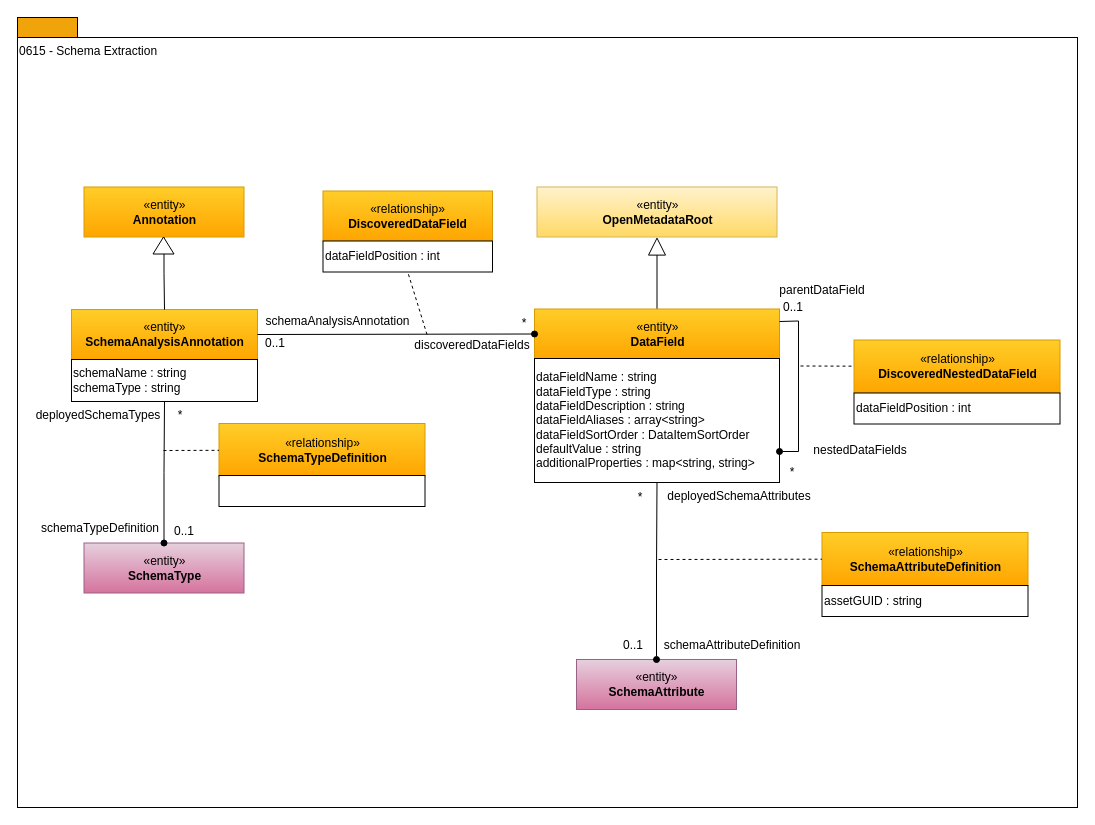
Earlier version of the draw.io diagram page "0615-Schema-Extraction" (6 of 16) of site/docs/types/6/area-6-discovery.drawio (odpi/egeria-docs). Source tidied: cells renumbered, new cells numbered last; positions are measured from the earlier drawing's top-left corner, leaving out a move shared by most shapes. Both pictures are drawn from the tidied source at 100%, with x=0, y=0 at pixel (17, 17).
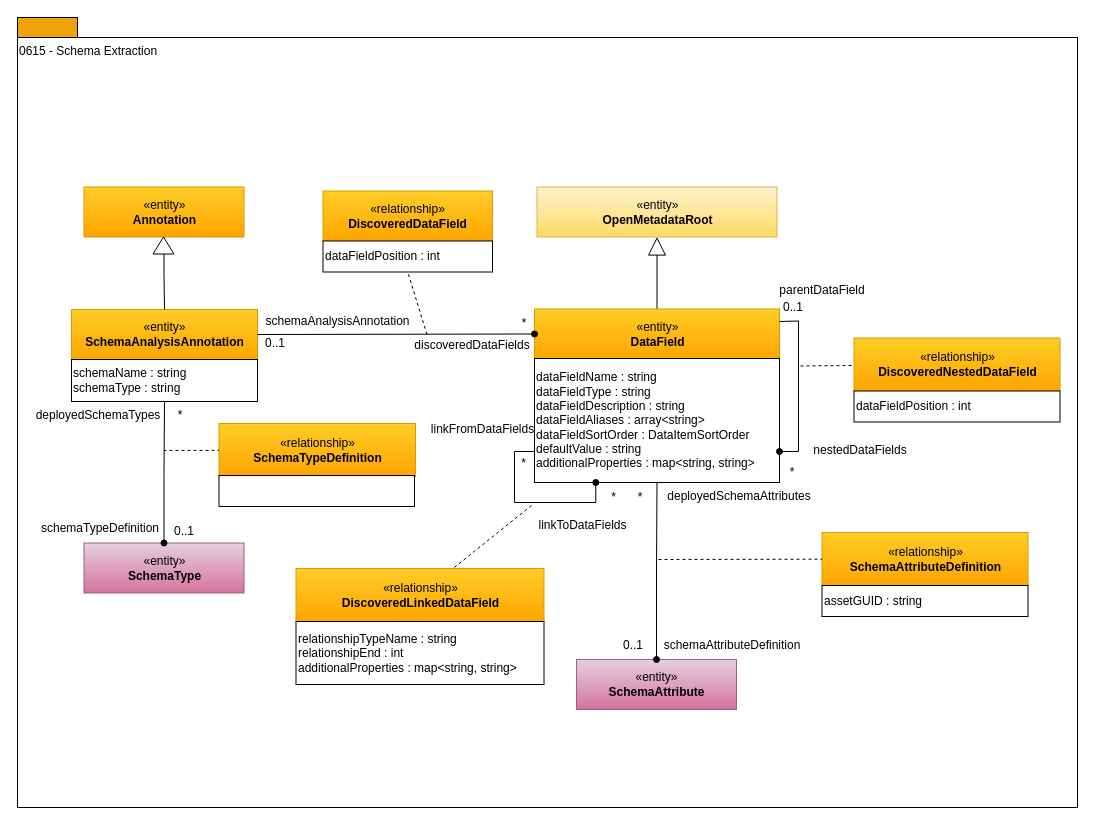
After the change.

Commit message (it also covers changes not shown here):
Add DiscoveredLinkedDataField relationship

The change refers to these unchanged cells:
```xml
<mxCell id="26" value="dataFieldName : string&lt;br&gt;dataFieldType : string&lt;br&gt;dataFieldDescription : string&lt;br&gt;dataFieldAliases : array&amp;lt;string&amp;gt;&lt;br&gt;dataFieldSortOrder : DataItemSortOrder&lt;br&gt;defaultValue : string&lt;br&gt;additionalProperties : map&amp;lt;string, string&amp;gt;" style="rounded=0;whiteSpace=wrap;html=1;strokeColor=#000000;gradientColor=#ffffff;align=left;" parent="1" vertex="1">
  <mxGeometry x="517" y="341" width="245" height="124" as="geometry" />
</mxCell>
```

The edit, as a diff of the source:
```diff
@@
     <mxCell id="15" value="«relationship»&lt;br&gt;&lt;b&gt;DiscoveredNestedDataField&lt;/b&gt;" style="html=1;strokeColor=#d79b00;align=center;fillColor=#ffcd28;gradientColor=#ffa500;" parent="1" vertex="1">
-      <mxGeometry x="836.5" y="322.5" width="206" height="53" as="geometry" />
+      <mxGeometry x="836.5" y="320.5" width="206" height="53" as="geometry" />
     </mxCell>
@@
     <mxCell id="22" value="&lt;div style=&quot;text-align: left&quot;&gt;&lt;span&gt;dataFieldPosition : int&lt;/span&gt;&lt;/div&gt;" style="rounded=0;whiteSpace=wrap;html=1;strokeColor=#000000;gradientColor=#ffffff;align=left;" parent="1" vertex="1">
-      <mxGeometry x="836.5" y="375.5" width="206" height="31" as="geometry" />
+      <mxGeometry x="836.5" y="373.5" width="206" height="31" as="geometry" />
     </mxCell>
@@
     <mxCell id="39" value="«relationship»&lt;br&gt;&lt;b&gt;SchemaTypeDefinition&lt;/b&gt;" style="html=1;strokeColor=#d79b00;align=center;fillColor=#ffcd28;gradientColor=#ffa500;" parent="1" vertex="1">
-      <mxGeometry x="201.5" y="406" width="206" height="53" as="geometry" />
+      <mxGeometry x="201.5" y="406" width="196.5" height="53" as="geometry" />
     </mxCell>
@@
     <mxCell id="41" style="rounded=0;whiteSpace=wrap;html=1;strokeColor=#000000;gradientColor=#ffffff;align=left;" parent="1" vertex="1">
-      <mxGeometry x="201.5" y="458" width="206" height="31" as="geometry" />
+      <mxGeometry x="201.5" y="458" width="195.5" height="31" as="geometry" />
     </mxCell>
@@
+    <mxCell id="47" style="edgeStyle=orthogonalEdgeStyle;rounded=0;orthogonalLoop=1;jettySize=auto;html=1;exitX=0;exitY=0.75;exitDx=0;exitDy=0;entryX=0.25;entryY=1;entryDx=0;entryDy=0;endArrow=oval;endFill=1;" parent="1" edge="1" source="26" target="26">
+      <mxGeometry relative="1" as="geometry" />
+    </mxCell>
+    <mxCell id="48" value="«relationship»&lt;br&gt;&lt;b&gt;DiscoveredLinkedDataField&lt;/b&gt;" style="html=1;strokeColor=#d79b00;align=center;fillColor=#ffcd28;gradientColor=#ffa500;" parent="1" vertex="1">
+      <mxGeometry x="278.5" y="551" width="248" height="53" as="geometry" />
+    </mxCell>
+    <mxCell id="49" style="endArrow=none;dashed=1;html=1;" parent="1" edge="1" target="48">
+      <mxGeometry relative="1" as="geometry">
+        <mxPoint x="514" y="488" as="sourcePoint" />
+      </mxGeometry>
+    </mxCell>
+    <mxCell id="50" value="relationshipTypeName : string&lt;br&gt;relationshipEnd : int&lt;br&gt;additionalProperties : map&amp;lt;string, string&amp;gt;" style="rounded=0;whiteSpace=wrap;html=1;strokeColor=#000000;gradientColor=#ffffff;align=left;" parent="1" vertex="1">
+      <mxGeometry x="278.5" y="604" width="248" height="63" as="geometry" />
+    </mxCell>
+    <mxCell id="51" value="linkFromDataFields" style="text;html=1;align=center;verticalAlign=middle;strokeColor=none;fillColor=none;" parent="1" vertex="1">
+      <mxGeometry x="404.5" y="399" width="121" height="26" as="geometry" />
+    </mxCell>
+    <mxCell id="52" value="linkToDataFields" style="text;html=1;align=center;verticalAlign=middle;strokeColor=none;fillColor=none;" parent="1" vertex="1">
+      <mxGeometry x="512" y="495" width="106" height="26" as="geometry" />
+    </mxCell>
+    <mxCell id="53" value="*" style="text;html=1;align=center;verticalAlign=middle;strokeColor=none;fillColor=none;" parent="1" vertex="1">
+      <mxGeometry x="584" y="467" width="23" height="26" as="geometry" />
+    </mxCell>
+    <mxCell id="54" value="*" style="text;html=1;align=center;verticalAlign=middle;strokeColor=none;fillColor=none;" parent="1" vertex="1">
+      <mxGeometry x="494" y="433" width="23" height="26" as="geometry" />
+    </mxCell>
```
